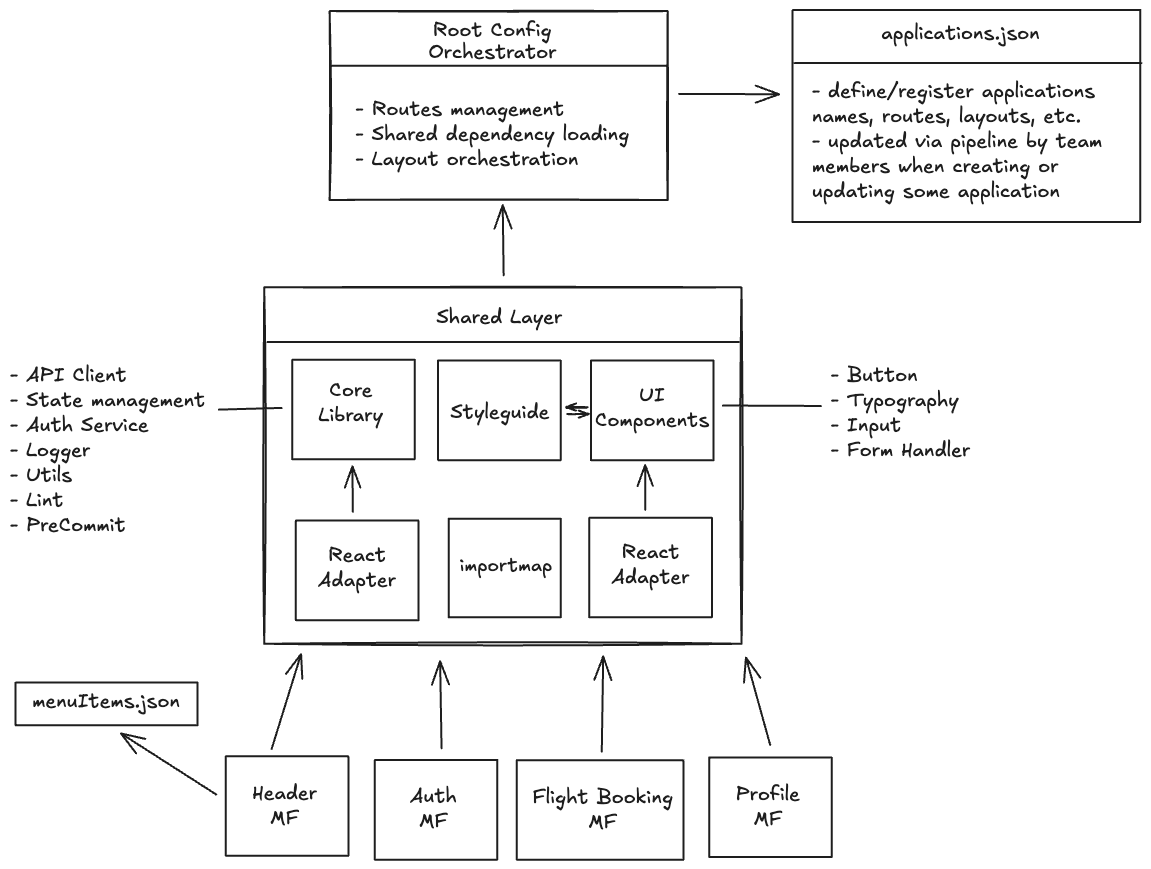
Earlier version of the Excalidraw export profile/project-architecture.excalidraw.png (skymfe/.github). Source tidied: one line per element, renumbered; positions are measured from the earlier drawing's top-left corner, leaving out a move shared by most shapes.
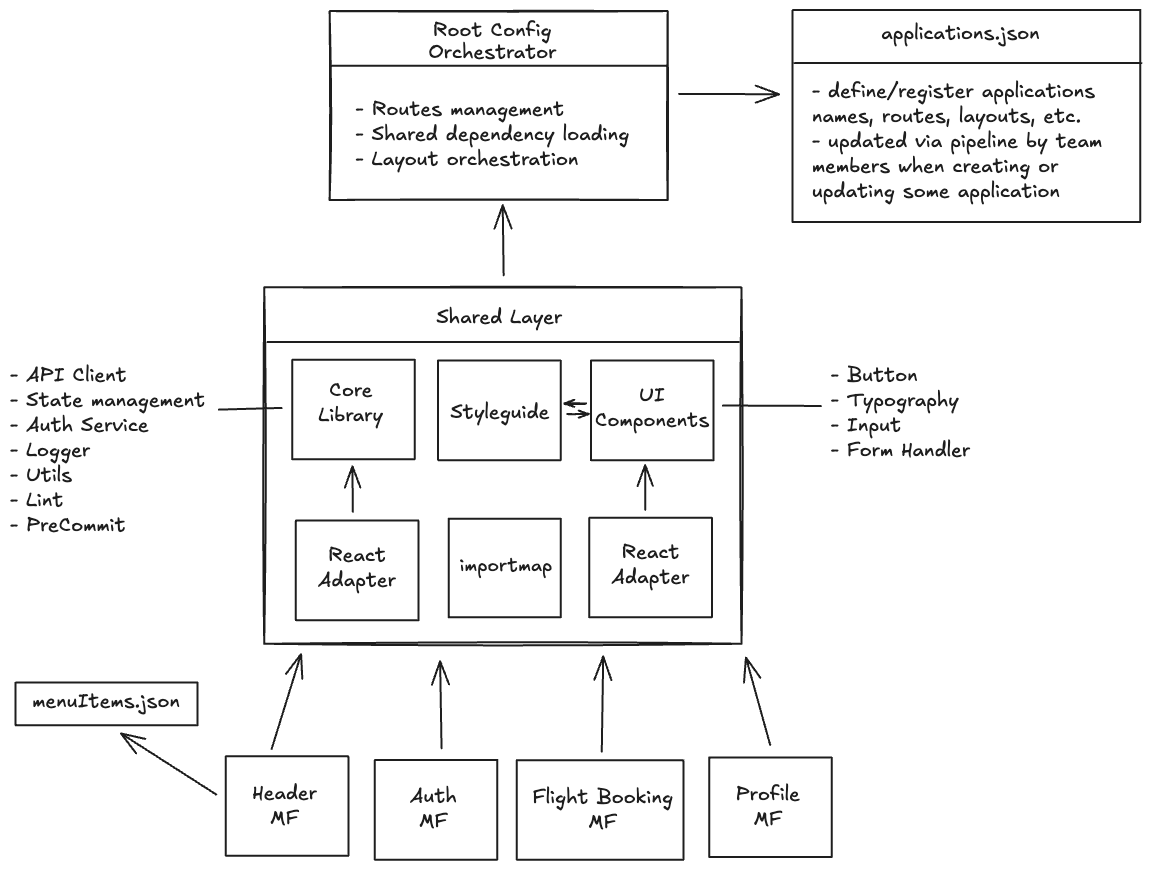
Later version of the same file.

Commit message:
chore: refresh project architecture diagram to reflect recent updates

What changed in the source:
```diff
@@ -45,4 +45,4 @@
 {"id": 44, "type": "text", "text": "importmap", "strokeColor": "#1e1e1e", "strokeWidth": 2, "roughness": 0, "fontSize": 19.23, "fontFamily": 5, "textAlign": "center", "x": 450, "y": 544, "width": 93, "height": 24}
 {"id": 45, "type": "rectangle", "strokeColor": "#1e1e1e", "strokeWidth": 2, "roughness": 0, "x": 428, "y": 351, "width": 123, "height": 100}
 {"id": 46, "type": "text", "text": "Styleguide", "strokeColor": "#1e1e1e", "strokeWidth": 2, "roughness": 0, "fontSize": 20, "fontFamily": 5, "textAlign": "center", "x": 440, "y": 390, "width": 99, "height": 25}
-{"id": 47, "type": "arrow", "strokeColor": "#1e1e1e", "strokeWidth": 2, "roughness": 1, "endArrowhead": "arrow", "round": true, "from": 31, "to": 45, "x": 577, "y": 398, "width": 21, "height": 0, "points": [[0, 0], [-21, 0]]}
+{"id": 47, "type": "arrow", "strokeColor": "#1e1e1e", "strokeWidth": 2, "roughness": 1, "endArrowhead": "arrow", "round": true, "from": 45, "to": 46, "x": 575, "y": 394, "width": 21, "height": 0, "points": [[0, 0], [-21, 0]]}
```
